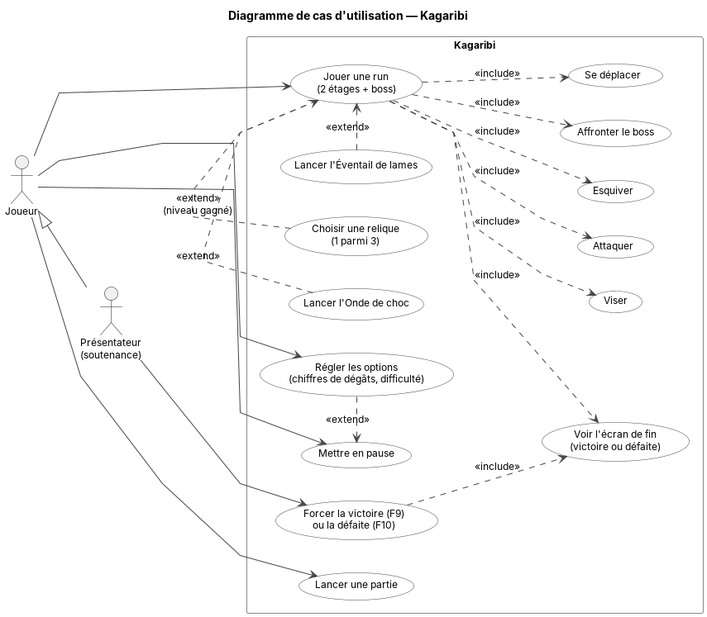
The PlantUML diagram docs/uml/01-cas-utilisation.png in chrisrny/2DGame, before a commit. Its diagram source:
```plantuml
@startuml 01-cas-utilisation
!include style.iuml
left to right direction
skinparam usecase {
  BackgroundColor #FFFFFF
  BorderColor #444444
  ArrowColor #444444
}
title Diagramme de cas d'utilisation — Kagaribi

actor "Joueur" as J
actor "Présentateur\n(soutenance)" as D

J <|-- D

rectangle "Kagaribi" {
  usecase "Lancer une partie" as UC_Start
  usecase "Jouer une run\n(2 étages + boss)" as UC_Run
  usecase "Se déplacer" as UC_Move
  usecase "Viser" as UC_Aim
  usecase "Attaquer" as UC_Attack
  usecase "Esquiver" as UC_Dodge
  usecase "Lancer l'Onde de choc" as UC_Shock
  usecase "Lancer l'Éventail de lames" as UC_Fan
  usecase "Choisir une relique\n(1 parmi 3)" as UC_Relic
  usecase "Affronter le boss" as UC_Boss
  usecase "Mettre en pause" as UC_Pause
  usecase "Régler les options\n(chiffres de dégâts, difficulté)" as UC_Options
  usecase "Voir l'écran de fin\n(victoire ou défaite)" as UC_End
  usecase "Forcer la victoire (F9)\nou la défaite (F10)" as UC_Cheat
}

J --> UC_Start
J --> UC_Run
J --> UC_Pause
J --> UC_Options

UC_Run ..> UC_Move : <<include>>
UC_Run ..> UC_Aim : <<include>>
UC_Run ..> UC_Attack : <<include>>
UC_Run ..> UC_Dodge : <<include>>
UC_Run ..> UC_Boss : <<include>>
UC_Run ..> UC_End : <<include>>
UC_Shock .> UC_Run : <<extend>>
UC_Fan .> UC_Run : <<extend>>
UC_Relic .> UC_Run : <<extend>>\n(niveau gagné)
UC_Options .> UC_Pause : <<extend>>
D --> UC_Cheat
UC_Cheat ..> UC_End : <<include>>
@enduml
```
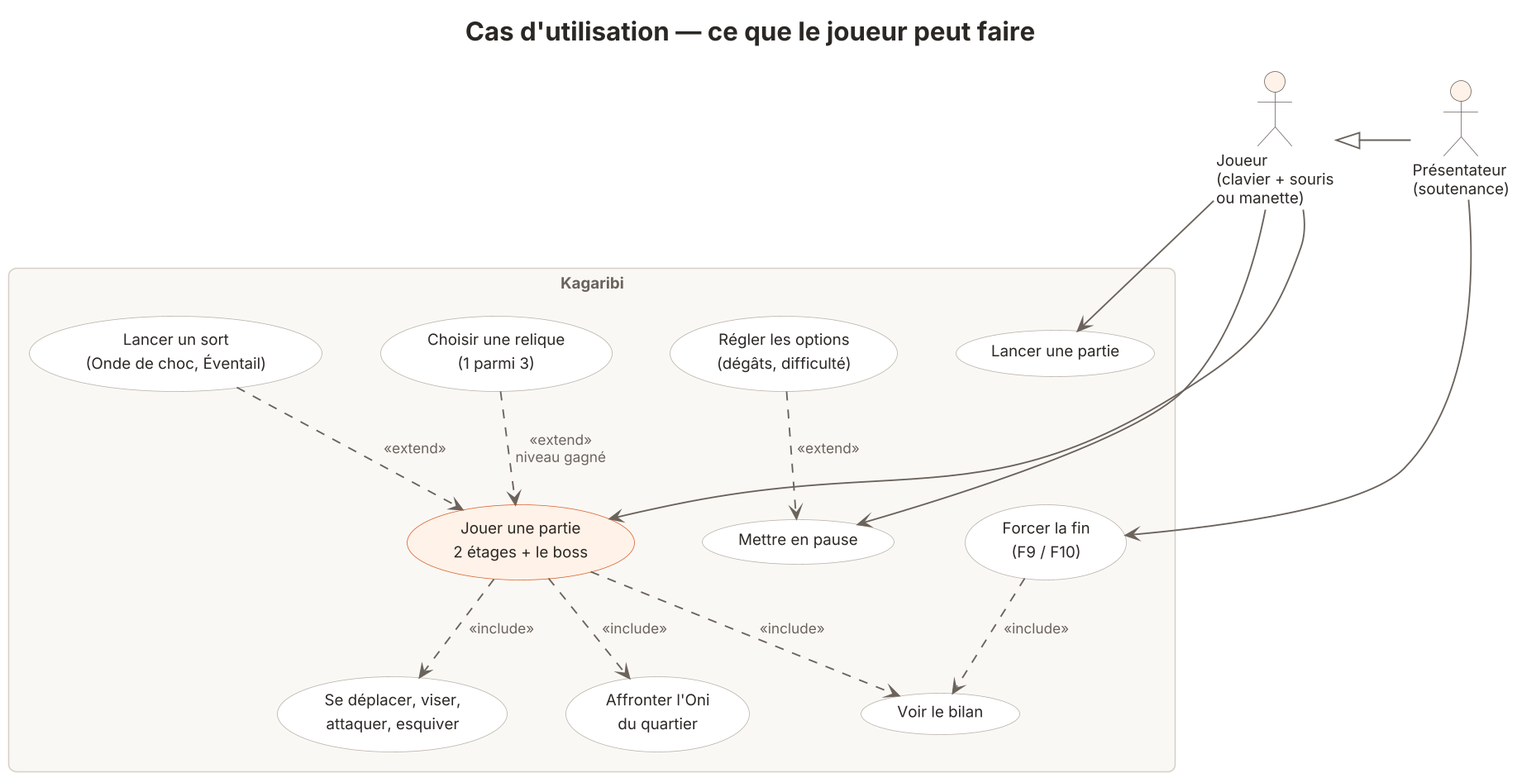
Later version of the same file.

The edit, as a diff of the source:
```diff
@@ -1,50 +1,35 @@
 @startuml 01-cas-utilisation
 !include style.iuml
-left to right direction
-skinparam usecase {
-  BackgroundColor #FFFFFF
-  BorderColor #444444
-  ArrowColor #444444
-}
-title Diagramme de cas d'utilisation — Kagaribi
+hide <<jeu>> stereotype
+title Cas d'utilisation — ce que le joueur peut faire
 
-actor "Joueur" as J
+actor "Joueur\n(clavier + souris\nou manette)" as J
 actor "Présentateur\n(soutenance)" as D
-
-J <|-- D
+J <|-right- D
 
 rectangle "Kagaribi" {
-  usecase "Lancer une partie" as UC_Start
-  usecase "Jouer une run\n(2 étages + boss)" as UC_Run
-  usecase "Se déplacer" as UC_Move
-  usecase "Viser" as UC_Aim
-  usecase "Attaquer" as UC_Attack
-  usecase "Esquiver" as UC_Dodge
-  usecase "Lancer l'Onde de choc" as UC_Shock
-  usecase "Lancer l'Éventail de lames" as UC_Fan
-  usecase "Choisir une relique\n(1 parmi 3)" as UC_Relic
-  usecase "Affronter le boss" as UC_Boss
-  usecase "Mettre en pause" as UC_Pause
-  usecase "Régler les options\n(chiffres de dégâts, difficulté)" as UC_Options
-  usecase "Voir l'écran de fin\n(victoire ou défaite)" as UC_End
-  usecase "Forcer la victoire (F9)\nou la défaite (F10)" as UC_Cheat
+  usecase "Lancer une partie" as Start
+  usecase "Régler les options\n(dégâts, difficulté)" as Options
+  usecase "Mettre en pause" as Pause
+  usecase "Jouer une partie\n2 étages + le boss" as Run <<jeu>>
+  usecase "Se déplacer, viser,\nattaquer, esquiver" as Fight
+  usecase "Lancer un sort\n(Onde de choc, Éventail)" as Spell
+  usecase "Choisir une relique\n(1 parmi 3)" as Relic
+  usecase "Affronter l'Oni\ndu quartier" as Boss
+  usecase "Voir le bilan" as End
+  usecase "Forcer la fin\n(F9 / F10)" as Cheat
 }
 
-J --> UC_Start
-J --> UC_Run
-J --> UC_Pause
-J --> UC_Options
+J --> Start
+J --> Run
+J --> Pause
+D --> Cheat
 
-UC_Run ..> UC_Move : <<include>>
-UC_Run ..> UC_Aim : <<include>>
-UC_Run ..> UC_Attack : <<include>>
-UC_Run ..> UC_Dodge : <<include>>
-UC_Run ..> UC_Boss : <<include>>
-UC_Run ..> UC_End : <<include>>
-UC_Shock .> UC_Run : <<extend>>
-UC_Fan .> UC_Run : <<extend>>
-UC_Relic .> UC_Run : <<extend>>\n(niveau gagné)
-UC_Options .> UC_Pause : <<extend>>
-D --> UC_Cheat
-UC_Cheat ..> UC_End : <<include>>
+Run ..> Fight : <<include>>
+Run ..> Boss : <<include>>
+Run ..> End : <<include>>
+Spell ..> Run : <<extend>>
+Relic ..> Run : <<extend>>\nniveau gagné
+Options ..> Pause : <<extend>>
+Cheat ..> End : <<include>>
 @enduml
```
